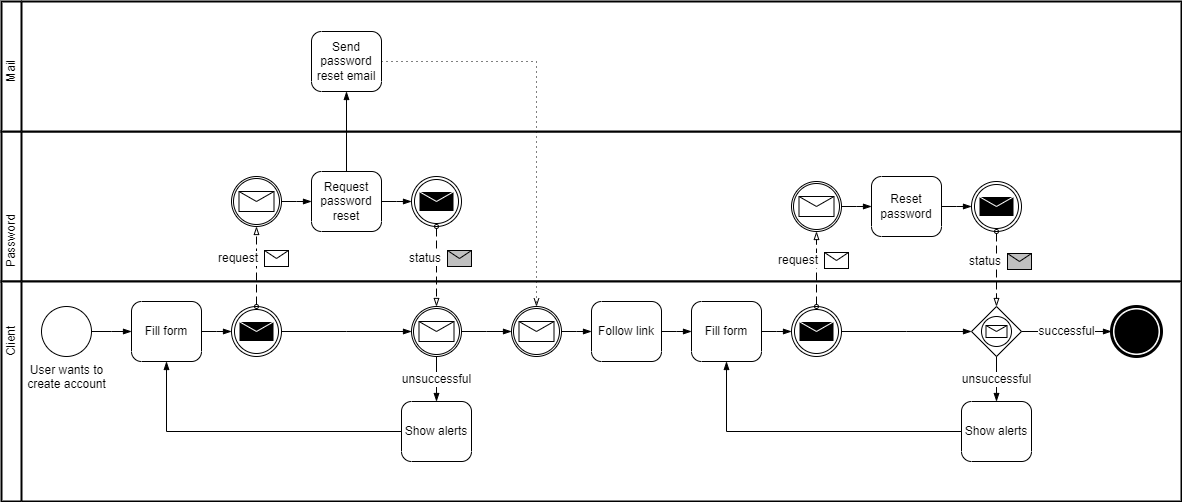
Earlier version of the draw.io export .gitbook/assets/reset_password_bpmn.drawio.png (Bernardo-MG/development-docs-architecture). Source tidied: cells renumbered, new cells last; positions are measured from the earlier drawing's top-left corner, leaving out a move shared by most shapes.
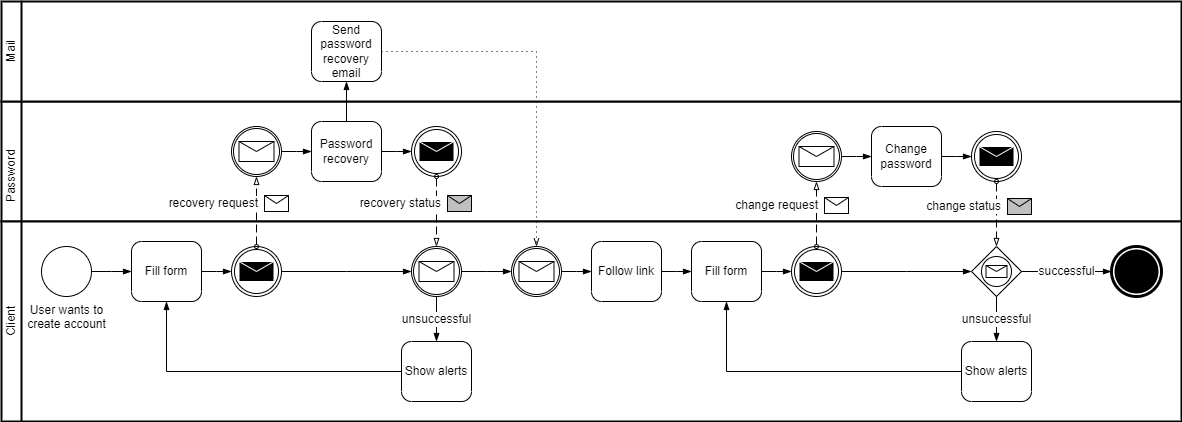
After the commit.

The edit, as a diff of the source:
```diff
@@ -3,21 +3,21 @@
     <mxCell id="0" />
     <mxCell id="1" parent="0" />
     <mxCell id="2" style="swimlane;html=1;startSize=20;fontStyle=0;horizontal=0;swimlaneLine=1;swimlaneFillColor=#ffffff;strokeWidth=2;whiteSpace=wrap;" parent="1" vertex="1">
-      <mxGeometry y="130" width="1180" height="150" as="geometry" />
+      <mxGeometry y="160" width="1180" height="120" as="geometry" />
     </mxCell>
     <object id="3" label="Password" name="Variable" placeholders="1">
       <mxCell style="text;html=1;strokeColor=none;fillColor=none;align=center;verticalAlign=middle;whiteSpace=wrap;overflow=hidden;horizontal=0;" parent="2" vertex="1">
-        <mxGeometry y="10" width="20" height="200" as="geometry" />
+        <mxGeometry y="10" width="20" height="130" as="geometry" />
       </mxCell>
     </object>
-    <mxCell id="4" value="Request password reset" style="points=[[0.25,0,0],[0.5,0,0],[0.75,0,0],[1,0.25,0],[1,0.5,0],[1,0.75,0],[0.75,1,0],[0.5,1,0],[0.25,1,0],[0,0.75,0],[0,0.5,0],[0,0.25,0]];shape=mxgraph.bpmn.task;whiteSpace=wrap;rectStyle=rounded;size=10;html=1;taskMarker=abstract;" parent="2" vertex="1">
-      <mxGeometry x="310" y="40" width="70" height="60" as="geometry" />
+    <mxCell id="4" value="Password recovery" style="points=[[0.25,0,0],[0.5,0,0],[0.75,0,0],[1,0.25,0],[1,0.5,0],[1,0.75,0],[0.75,1,0],[0.5,1,0],[0.25,1,0],[0,0.75,0],[0,0.5,0],[0,0.25,0]];shape=mxgraph.bpmn.task;whiteSpace=wrap;rectStyle=rounded;size=10;html=1;taskMarker=abstract;" parent="2" vertex="1">
+      <mxGeometry x="310" y="20" width="70" height="60" as="geometry" />
     </mxCell>
     <mxCell id="5" style="points=[[0.145,0.145,0],[0.5,0,0],[0.855,0.145,0],[1,0.5,0],[0.855,0.855,0],[0.5,1,0],[0.145,0.855,0],[0,0.5,0]];shape=mxgraph.bpmn.event;html=1;verticalLabelPosition=bottom;labelBackgroundColor=#ffffff;verticalAlign=top;align=center;perimeter=ellipsePerimeter;outlineConnect=0;outline=throwing;symbol=message;" parent="2" vertex="1">
-      <mxGeometry x="410" y="45" width="50" height="50" as="geometry" />
+      <mxGeometry x="410" y="25" width="50" height="50" as="geometry" />
     </mxCell>
     <mxCell id="6" style="points=[[0.145,0.145,0],[0.5,0,0],[0.855,0.145,0],[1,0.5,0],[0.855,0.855,0],[0.5,1,0],[0.145,0.855,0],[0,0.5,0]];shape=mxgraph.bpmn.event;html=1;verticalLabelPosition=bottom;labelBackgroundColor=#ffffff;verticalAlign=top;align=center;perimeter=ellipsePerimeter;outlineConnect=0;outline=catching;symbol=message;" parent="2" vertex="1">
-      <mxGeometry x="230" y="45" width="50" height="50" as="geometry" />
+      <mxGeometry x="230" y="25" width="50" height="50" as="geometry" />
     </mxCell>
     <mxCell id="7" style="edgeStyle=elbowEdgeStyle;fontSize=12;html=1;endArrow=blockThin;endFill=1;rounded=0;exitX=1;exitY=0.5;exitDx=0;exitDy=0;exitPerimeter=0;entryX=0;entryY=0.5;entryDx=0;entryDy=0;entryPerimeter=0;" parent="2" edge="1" source="6" target="4">
       <mxGeometry relative="1" as="geometry" />
@@ -25,14 +25,14 @@
     <mxCell id="8" style="edgeStyle=elbowEdgeStyle;fontSize=12;html=1;endArrow=blockThin;endFill=1;rounded=0;exitX=1;exitY=0.5;exitDx=0;exitDy=0;exitPerimeter=0;entryX=0;entryY=0.5;entryDx=0;entryDy=0;entryPerimeter=0;" parent="2" edge="1" source="4" target="5">
       <mxGeometry relative="1" as="geometry" />
     </mxCell>
-    <mxCell id="9" value="Reset password" style="points=[[0.25,0,0],[0.5,0,0],[0.75,0,0],[1,0.25,0],[1,0.5,0],[1,0.75,0],[0.75,1,0],[0.5,1,0],[0.25,1,0],[0,0.75,0],[0,0.5,0],[0,0.25,0]];shape=mxgraph.bpmn.task;whiteSpace=wrap;rectStyle=rounded;size=10;html=1;taskMarker=abstract;" parent="2" vertex="1">
-      <mxGeometry x="870" y="45" width="70" height="60" as="geometry" />
+    <mxCell id="9" value="Change password" style="points=[[0.25,0,0],[0.5,0,0],[0.75,0,0],[1,0.25,0],[1,0.5,0],[1,0.75,0],[0.75,1,0],[0.5,1,0],[0.25,1,0],[0,0.75,0],[0,0.5,0],[0,0.25,0]];shape=mxgraph.bpmn.task;whiteSpace=wrap;rectStyle=rounded;size=10;html=1;taskMarker=abstract;" parent="2" vertex="1">
+      <mxGeometry x="870" y="25" width="70" height="60" as="geometry" />
     </mxCell>
     <mxCell id="10" style="points=[[0.145,0.145,0],[0.5,0,0],[0.855,0.145,0],[1,0.5,0],[0.855,0.855,0],[0.5,1,0],[0.145,0.855,0],[0,0.5,0]];shape=mxgraph.bpmn.event;html=1;verticalLabelPosition=bottom;labelBackgroundColor=#ffffff;verticalAlign=top;align=center;perimeter=ellipsePerimeter;outlineConnect=0;outline=throwing;symbol=message;" parent="2" vertex="1">
-      <mxGeometry x="970" y="50" width="50" height="50" as="geometry" />
+      <mxGeometry x="970" y="30" width="50" height="50" as="geometry" />
     </mxCell>
     <mxCell id="11" style="points=[[0.145,0.145,0],[0.5,0,0],[0.855,0.145,0],[1,0.5,0],[0.855,0.855,0],[0.5,1,0],[0.145,0.855,0],[0,0.5,0]];shape=mxgraph.bpmn.event;html=1;verticalLabelPosition=bottom;labelBackgroundColor=#ffffff;verticalAlign=top;align=center;perimeter=ellipsePerimeter;outlineConnect=0;outline=catching;symbol=message;" parent="2" vertex="1">
-      <mxGeometry x="790" y="50" width="50" height="50" as="geometry" />
+      <mxGeometry x="790" y="30" width="50" height="50" as="geometry" />
     </mxCell>
     <mxCell id="12" style="edgeStyle=elbowEdgeStyle;fontSize=12;html=1;endArrow=blockThin;endFill=1;rounded=0;exitX=1;exitY=0.5;exitDx=0;exitDy=0;exitPerimeter=0;entryX=0;entryY=0.5;entryDx=0;entryDy=0;entryPerimeter=0;" parent="2" edge="1" source="11" target="9">
       <mxGeometry relative="1" as="geometry" />
@@ -41,11 +41,11 @@
       <mxGeometry relative="1" as="geometry" />
     </mxCell>
     <mxCell id="14" style="swimlane;html=1;startSize=20;fontStyle=0;horizontal=0;swimlaneLine=1;swimlaneFillColor=#ffffff;strokeWidth=2;whiteSpace=wrap;" parent="1" vertex="1">
-      <mxGeometry y="280" width="1180" height="220" as="geometry" />
+      <mxGeometry y="280" width="1180" height="200" as="geometry" />
     </mxCell>
     <object id="15" label="Client" name="Variable" placeholders="1">
       <mxCell style="text;html=1;strokeColor=none;fillColor=none;align=center;verticalAlign=middle;whiteSpace=wrap;overflow=hidden;horizontal=0;" parent="14" vertex="1">
-        <mxGeometry y="10" width="20" height="100" as="geometry" />
+        <mxGeometry y="10" width="20" height="180" as="geometry" />
       </mxCell>
     </object>
     <mxCell id="16" value="User wants to&lt;br&gt;create account" style="points=[[0.145,0.145,0],[0.5,0,0],[0.855,0.145,0],[1,0.5,0],[0.855,0.855,0],[0.5,1,0],[0.145,0.855,0],[0,0.5,0]];shape=mxgraph.bpmn.event;html=1;verticalLabelPosition=bottom;labelBackgroundColor=#ffffff;verticalAlign=top;align=center;perimeter=ellipsePerimeter;outlineConnect=0;outline=standard;symbol=general;" parent="14" vertex="1">
@@ -133,20 +133,20 @@
       </mxGeometry>
     </mxCell>
     <mxCell id="41" style="swimlane;html=1;startSize=20;fontStyle=0;horizontal=0;swimlaneLine=1;swimlaneFillColor=#ffffff;strokeWidth=2;whiteSpace=wrap;" parent="1" vertex="1">
-      <mxGeometry width="1180" height="130" as="geometry" />
+      <mxGeometry y="60" width="1180" height="100" as="geometry" />
     </mxCell>
     <object id="42" label="Mail" name="Variable" placeholders="1">
       <mxCell style="text;html=1;strokeColor=none;fillColor=none;align=center;verticalAlign=middle;whiteSpace=wrap;overflow=hidden;horizontal=0;" parent="41" vertex="1">
-        <mxGeometry y="10" width="20" height="120" as="geometry" />
+        <mxGeometry y="10" width="20" height="80" as="geometry" />
       </mxCell>
     </object>
-    <mxCell id="43" value="Send password reset email" style="points=[[0.25,0,0],[0.5,0,0],[0.75,0,0],[1,0.25,0],[1,0.5,0],[1,0.75,0],[0.75,1,0],[0.5,1,0],[0.25,1,0],[0,0.75,0],[0,0.5,0],[0,0.25,0]];shape=mxgraph.bpmn.task;whiteSpace=wrap;rectStyle=rounded;size=10;html=1;taskMarker=abstract;" parent="41" vertex="1">
-      <mxGeometry x="310" y="30" width="70" height="60" as="geometry" />
+    <mxCell id="43" value="Send password recovery email" style="points=[[0.25,0,0],[0.5,0,0],[0.75,0,0],[1,0.25,0],[1,0.5,0],[1,0.75,0],[0.75,1,0],[0.5,1,0],[0.25,1,0],[0,0.75,0],[0,0.5,0],[0,0.25,0]];shape=mxgraph.bpmn.task;whiteSpace=wrap;rectStyle=rounded;size=10;html=1;taskMarker=abstract;" parent="41" vertex="1">
+      <mxGeometry x="310" y="20" width="70" height="60" as="geometry" />
     </mxCell>
     <mxCell id="44" style="endArrow=blockThin;html=1;labelPosition=left;verticalLabelPosition=middle;align=right;verticalAlign=middle;dashed=1;dashPattern=8 4;endFill=0;startArrow=oval;startFill=0;endSize=6;startSize=4;rounded=0;exitX=0.5;exitY=1;exitDx=0;exitDy=0;exitPerimeter=0;entryX=0.5;entryY=0;entryDx=0;entryDy=0;entryPerimeter=0;" parent="1" edge="1" source="5" target="36">
       <mxGeometry relative="1" as="geometry" />
     </mxCell>
-    <mxCell id="45" value="status" style="shape=message;html=1;labelPosition=left;verticalLabelPosition=middle;align=right;verticalAlign=middle;spacingRight=5;labelBackgroundColor=#ffffff;fillColor=#C0C0C0;" parent="44" vertex="1">
+    <mxCell id="45" value="recovery status" style="shape=message;html=1;labelPosition=left;verticalLabelPosition=middle;align=right;verticalAlign=middle;spacingRight=5;labelBackgroundColor=#ffffff;fillColor=#C0C0C0;" parent="44" vertex="1">
       <mxGeometry width="24" height="16" relative="1" as="geometry">
         <mxPoint x="11" y="-16" as="offset" />
       </mxGeometry>
@@ -154,7 +154,7 @@
     <mxCell id="46" style="endArrow=blockThin;html=1;labelPosition=left;verticalLabelPosition=middle;align=right;verticalAlign=middle;dashed=1;dashPattern=8 4;endFill=0;startArrow=oval;startFill=0;endSize=6;startSize=4;rounded=0;exitX=0.5;exitY=0;exitDx=0;exitDy=0;exitPerimeter=0;entryX=0.5;entryY=1;entryDx=0;entryDy=0;entryPerimeter=0;" parent="1" edge="1" source="19" target="6">
       <mxGeometry relative="1" as="geometry" />
     </mxCell>
-    <mxCell id="47" value="request" style="shape=message;html=1;labelPosition=left;verticalLabelPosition=middle;align=right;verticalAlign=middle;spacingRight=5;labelBackgroundColor=#ffffff;" parent="46" vertex="1">
+    <mxCell id="47" value="recovery request" style="shape=message;html=1;labelPosition=left;verticalLabelPosition=middle;align=right;verticalAlign=middle;spacingRight=5;labelBackgroundColor=#ffffff;" parent="46" vertex="1">
       <mxGeometry width="24" height="16" relative="1" as="geometry">
         <mxPoint x="8" y="-16" as="offset" />
       </mxGeometry>
@@ -172,7 +172,7 @@
     <mxCell id="49" style="endArrow=blockThin;html=1;labelPosition=left;verticalLabelPosition=middle;align=right;verticalAlign=middle;dashed=1;dashPattern=8 4;endFill=0;startArrow=oval;startFill=0;endSize=6;startSize=4;rounded=0;exitX=0.5;exitY=1;exitDx=0;exitDy=0;exitPerimeter=0;entryX=0.5;entryY=0;entryDx=0;entryDy=0;entryPerimeter=0;" parent="1" edge="1" source="10" target="29">
       <mxGeometry relative="1" as="geometry" />
     </mxCell>
-    <mxCell id="50" value="status" style="shape=message;html=1;labelPosition=left;verticalLabelPosition=middle;align=right;verticalAlign=middle;spacingRight=5;labelBackgroundColor=#ffffff;fillColor=#C0C0C0;" parent="49" vertex="1">
+    <mxCell id="50" value="change status" style="shape=message;html=1;labelPosition=left;verticalLabelPosition=middle;align=right;verticalAlign=middle;spacingRight=5;labelBackgroundColor=#ffffff;fillColor=#C0C0C0;" parent="49" vertex="1">
       <mxGeometry width="24" height="16" relative="1" as="geometry">
         <mxPoint x="11" y="-16" as="offset" />
       </mxGeometry>
@@ -180,7 +180,7 @@
     <mxCell id="51" style="endArrow=blockThin;html=1;labelPosition=left;verticalLabelPosition=middle;align=right;verticalAlign=middle;dashed=1;dashPattern=8 4;endFill=0;startArrow=oval;startFill=0;endSize=6;startSize=4;rounded=0;exitX=0.5;exitY=0;exitDx=0;exitDy=0;exitPerimeter=0;entryX=0.5;entryY=1;entryDx=0;entryDy=0;entryPerimeter=0;" parent="1" edge="1" source="27" target="11">
       <mxGeometry relative="1" as="geometry" />
     </mxCell>
-    <mxCell id="52" value="request" style="shape=message;html=1;labelPosition=left;verticalLabelPosition=middle;align=right;verticalAlign=middle;spacingRight=5;labelBackgroundColor=#ffffff;" parent="51" vertex="1">
+    <mxCell id="52" value="change request" style="shape=message;html=1;labelPosition=left;verticalLabelPosition=middle;align=right;verticalAlign=middle;spacingRight=5;labelBackgroundColor=#ffffff;" parent="51" vertex="1">
       <mxGeometry width="24" height="16" relative="1" as="geometry">
         <mxPoint x="8" y="-16" as="offset" />
       </mxGeometry>
```
